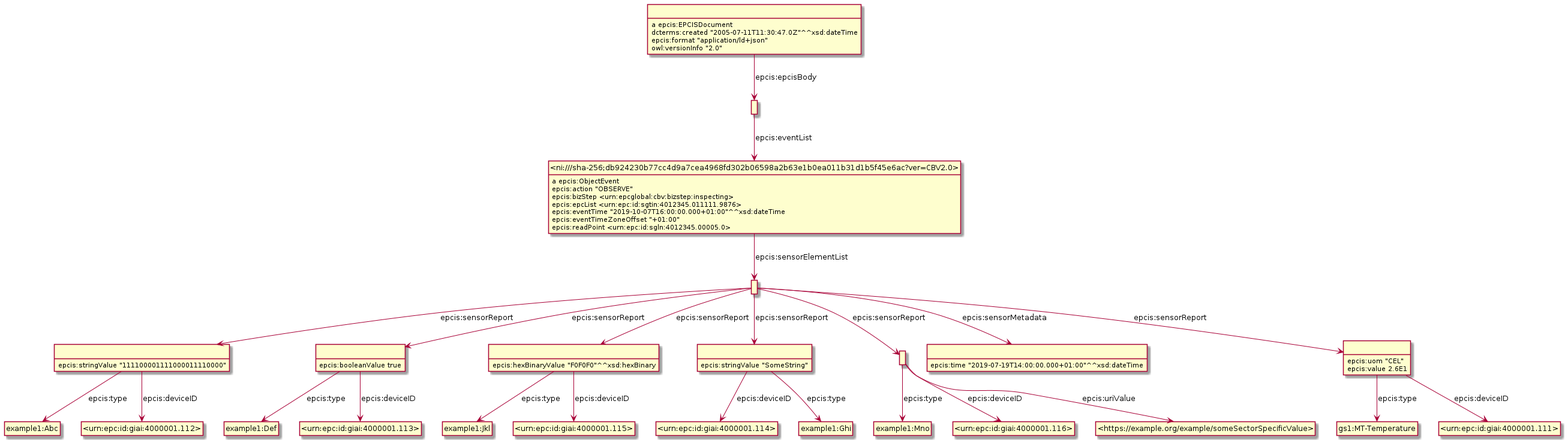
gs1/EPCIS keeps this PlantUML diagram as Diagrams/WithSensorData/SensorDataExample7.png. Above is the earlier version. Its diagram source:
```plantuml
@startuml
hide empty methods
hide empty attributes
hide circle
skinparam classAttributeIconSize 0
class _ni_sha_256_db924230b77cc4d9a7cea4968fd302b06598a2b63e1b0ea011b31d1b5f45e6ac_ver_CBV2_0_ as "<ni:///sha-256;db924230b77cc4d9a7cea4968fd302b06598a2b63e1b0ea011b31d1b5f45e6ac?ver=CBV2.0>"
_ni_sha_256_db924230b77cc4d9a7cea4968fd302b06598a2b63e1b0ea011b31d1b5f45e6ac_ver_CBV2_0_ : a epcis:ObjectEvent
class _r1623307964r0_ as " "
_ni_sha_256_db924230b77cc4d9a7cea4968fd302b06598a2b63e1b0ea011b31d1b5f45e6ac_ver_CBV2_0_ -down-> _r1623307964r0_ : epcis:sensorElementList
_ni_sha_256_db924230b77cc4d9a7cea4968fd302b06598a2b63e1b0ea011b31d1b5f45e6ac_ver_CBV2_0_ : epcis:action "OBSERVE"
_ni_sha_256_db924230b77cc4d9a7cea4968fd302b06598a2b63e1b0ea011b31d1b5f45e6ac_ver_CBV2_0_ : epcis:bizStep <urn:epcglobal:cbv:bizstep:inspecting>
_ni_sha_256_db924230b77cc4d9a7cea4968fd302b06598a2b63e1b0ea011b31d1b5f45e6ac_ver_CBV2_0_ : epcis:epcList <urn:epc:id:sgtin:4012345.011111.9876>
_ni_sha_256_db924230b77cc4d9a7cea4968fd302b06598a2b63e1b0ea011b31d1b5f45e6ac_ver_CBV2_0_ : epcis:eventTime "2019-10-07T16:00:00.000+01:00"^^xsd:dateTime
_ni_sha_256_db924230b77cc4d9a7cea4968fd302b06598a2b63e1b0ea011b31d1b5f45e6ac_ver_CBV2_0_ : epcis:eventTimeZoneOffset "+01:00"
_ni_sha_256_db924230b77cc4d9a7cea4968fd302b06598a2b63e1b0ea011b31d1b5f45e6ac_ver_CBV2_0_ : epcis:readPoint <urn:epc:id:sgln:4012345.00005.0>
class _r1623307964r6_ as " "
class example1_Abc as "example1:Abc"
_r1623307964r6_ -down-> example1_Abc : epcis:type
class _urn_epc_id_giai_4000001_112_ as "<urn:epc:id:giai:4000001.112>"
_r1623307964r6_ -down-> _urn_epc_id_giai_4000001_112_ : epcis:deviceID
_r1623307964r6_ : epcis:stringValue "111100001111000011110000"
class _r1623307964r5_ as " "
class example1_Def as "example1:Def"
_r1623307964r5_ -down-> example1_Def : epcis:type
class _urn_epc_id_giai_4000001_113_ as "<urn:epc:id:giai:4000001.113>"
_r1623307964r5_ -down-> _urn_epc_id_giai_4000001_113_ : epcis:deviceID
_r1623307964r5_ : epcis:booleanValue true
class _r1623307964r3_ as " "
class example1_Jkl as "example1:Jkl"
_r1623307964r3_ -down-> example1_Jkl : epcis:type
class _urn_epc_id_giai_4000001_115_ as "<urn:epc:id:giai:4000001.115>"
_r1623307964r3_ -down-> _urn_epc_id_giai_4000001_115_ : epcis:deviceID
_r1623307964r3_ : epcis:hexBinaryValue "F0F0F0"^^xsd:hexBinary
class _r1623307964r4_ as " "
class _urn_epc_id_giai_4000001_114_ as "<urn:epc:id:giai:4000001.114>"
_r1623307964r4_ -down-> _urn_epc_id_giai_4000001_114_ : epcis:deviceID
class example1_Ghi as "example1:Ghi"
_r1623307964r4_ -down-> example1_Ghi : epcis:type
_r1623307964r4_ : epcis:stringValue "SomeString"
class _r1623307964r2_ as " "
class example1_Mno as "example1:Mno"
_r1623307964r2_ -down-> example1_Mno : epcis:type
class _urn_epc_id_giai_4000001_116_ as "<urn:epc:id:giai:4000001.116>"
_r1623307964r2_ -down-> _urn_epc_id_giai_4000001_116_ : epcis:deviceID
class _https_example_org_example_someSectorSpecificValue_ as "<https://example.org/example/someSectorSpecificValue>"
_r1623307964r2_ -down-> _https_example_org_example_someSectorSpecificValue_ : epcis:uriValue
_r1623307964r0_ -down-> _r1623307964r4_ : epcis:sensorReport
_r1623307964r0_ -down-> _r1623307964r2_ : epcis:sensorReport
class _r1623307964r1_ as " "
_r1623307964r0_ -down-> _r1623307964r1_ : epcis:sensorMetadata
_r1623307964r0_ -down-> _r1623307964r3_ : epcis:sensorReport
_r1623307964r0_ -down-> _r1623307964r5_ : epcis:sensorReport
_r1623307964r0_ -down-> _r1623307964r6_ : epcis:sensorReport
class _r1623307964r7_ as " "
_r1623307964r0_ -down-> _r1623307964r7_ : epcis:sensorReport
_r1623307964r1_ : epcis:time "2019-07-19T14:00:00.000+01:00"^^xsd:dateTime
class _r1623307964r9_ as " "
_r1623307964r9_ -down-> _ni_sha_256_db924230b77cc4d9a7cea4968fd302b06598a2b63e1b0ea011b31d1b5f45e6ac_ver_CBV2_0_ : epcis:eventList
class gs1_MT_Temperature as "gs1:MT-Temperature"
_r1623307964r7_ -down-> gs1_MT_Temperature : epcis:type
class _urn_epc_id_giai_4000001_111_ as "<urn:epc:id:giai:4000001.111>"
_r1623307964r7_ -down-> _urn_epc_id_giai_4000001_111_ : epcis:deviceID
_r1623307964r7_ : epcis:uom "CEL"
_r1623307964r7_ : epcis:value 2.6E1
class _r1623307964r8_ as " "
_r1623307964r8_ : a epcis:EPCISDocument
_r1623307964r8_ -down-> _r1623307964r9_ : epcis:epcisBody
_r1623307964r8_ : dcterms:created "2005-07-11T11:30:47.0Z"^^xsd:dateTime
_r1623307964r8_ : epcis:format "application/ld+json"
_r1623307964r8_ : owl:versionInfo "2.0"
@enduml
```
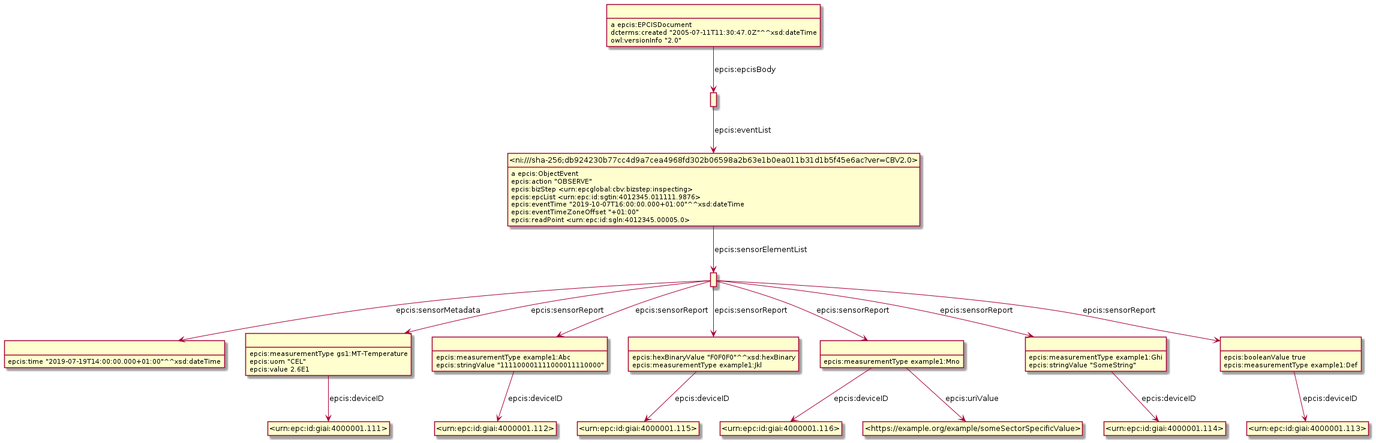
The same diagram one commit later.

Diff of the diagram source:
```diff
@@ -3,69 +3,62 @@
 hide empty attributes
 hide circle
 skinparam classAttributeIconSize 0
+class _r1623934116r1_ as " "
+_r1623934116r1_ : epcis:time "2019-07-19T14:00:00.000+01:00"^^xsd:dateTime
+class _r1623934116r7_ as " "
+class _urn_epc_id_giai_4000001_111_ as "<urn:epc:id:giai:4000001.111>"
+_r1623934116r7_ -down-> _urn_epc_id_giai_4000001_111_ : epcis:deviceID
+_r1623934116r7_ : epcis:measurementType gs1:MT-Temperature
+_r1623934116r7_ : epcis:uom "CEL"
+_r1623934116r7_ : epcis:value 2.6E1
+class _r1623934116r6_ as " "
+class _urn_epc_id_giai_4000001_112_ as "<urn:epc:id:giai:4000001.112>"
+_r1623934116r6_ -down-> _urn_epc_id_giai_4000001_112_ : epcis:deviceID
+_r1623934116r6_ : epcis:measurementType example1:Abc
+_r1623934116r6_ : epcis:stringValue "111100001111000011110000"
+class _r1623934116r3_ as " "
+class _urn_epc_id_giai_4000001_115_ as "<urn:epc:id:giai:4000001.115>"
+_r1623934116r3_ -down-> _urn_epc_id_giai_4000001_115_ : epcis:deviceID
+_r1623934116r3_ : epcis:hexBinaryValue "F0F0F0"^^xsd:hexBinary
+_r1623934116r3_ : epcis:measurementType example1:Jkl
+class _r1623934116r2_ as " "
+class _urn_epc_id_giai_4000001_116_ as "<urn:epc:id:giai:4000001.116>"
+_r1623934116r2_ -down-> _urn_epc_id_giai_4000001_116_ : epcis:deviceID
+class _https_example_org_example_someSectorSpecificValue_ as "<https://example.org/example/someSectorSpecificValue>"
+_r1623934116r2_ -down-> _https_example_org_example_someSectorSpecificValue_ : epcis:uriValue
+_r1623934116r2_ : epcis:measurementType example1:Mno
+class _r1623934116r0_ as " "
+_r1623934116r0_ -down-> _r1623934116r3_ : epcis:sensorReport
+_r1623934116r0_ -down-> _r1623934116r1_ : epcis:sensorMetadata
+_r1623934116r0_ -down-> _r1623934116r6_ : epcis:sensorReport
+_r1623934116r0_ -down-> _r1623934116r7_ : epcis:sensorReport
+_r1623934116r0_ -down-> _r1623934116r2_ : epcis:sensorReport
+class _r1623934116r4_ as " "
+_r1623934116r0_ -down-> _r1623934116r4_ : epcis:sensorReport
+class _r1623934116r5_ as " "
+_r1623934116r0_ -down-> _r1623934116r5_ : epcis:sensorReport
+class _urn_epc_id_giai_4000001_113_ as "<urn:epc:id:giai:4000001.113>"
+_r1623934116r5_ -down-> _urn_epc_id_giai_4000001_113_ : epcis:deviceID
+_r1623934116r5_ : epcis:booleanValue true
+_r1623934116r5_ : epcis:measurementType example1:Def
+class _r1623934116r9_ as " "
 class _ni_sha_256_db924230b77cc4d9a7cea4968fd302b06598a2b63e1b0ea011b31d1b5f45e6ac_ver_CBV2_0_ as "<ni:///sha-256;db924230b77cc4d9a7cea4968fd302b06598a2b63e1b0ea011b31d1b5f45e6ac?ver=CBV2.0>"
+_r1623934116r9_ -down-> _ni_sha_256_db924230b77cc4d9a7cea4968fd302b06598a2b63e1b0ea011b31d1b5f45e6ac_ver_CBV2_0_ : epcis:eventList
 _ni_sha_256_db924230b77cc4d9a7cea4968fd302b06598a2b63e1b0ea011b31d1b5f45e6ac_ver_CBV2_0_ : a epcis:ObjectEvent
-class _r1623307964r0_ as " "
-_ni_sha_256_db924230b77cc4d9a7cea4968fd302b06598a2b63e1b0ea011b31d1b5f45e6ac_ver_CBV2_0_ -down-> _r1623307964r0_ : epcis:sensorElementList
+_ni_sha_256_db924230b77cc4d9a7cea4968fd302b06598a2b63e1b0ea011b31d1b5f45e6ac_ver_CBV2_0_ -down-> _r1623934116r0_ : epcis:sensorElementList
 _ni_sha_256_db924230b77cc4d9a7cea4968fd302b06598a2b63e1b0ea011b31d1b5f45e6ac_ver_CBV2_0_ : epcis:action "OBSERVE"
 _ni_sha_256_db924230b77cc4d9a7cea4968fd302b06598a2b63e1b0ea011b31d1b5f45e6ac_ver_CBV2_0_ : epcis:bizStep <urn:epcglobal:cbv:bizstep:inspecting>
 _ni_sha_256_db924230b77cc4d9a7cea4968fd302b06598a2b63e1b0ea011b31d1b5f45e6ac_ver_CBV2_0_ : epcis:epcList <urn:epc:id:sgtin:4012345.011111.9876>
 _ni_sha_256_db924230b77cc4d9a7cea4968fd302b06598a2b63e1b0ea011b31d1b5f45e6ac_ver_CBV2_0_ : epcis:eventTime "2019-10-07T16:00:00.000+01:00"^^xsd:dateTime
 _ni_sha_256_db924230b77cc4d9a7cea4968fd302b06598a2b63e1b0ea011b31d1b5f45e6ac_ver_CBV2_0_ : epcis:eventTimeZoneOffset "+01:00"
 _ni_sha_256_db924230b77cc4d9a7cea4968fd302b06598a2b63e1b0ea011b31d1b5f45e6ac_ver_CBV2_0_ : epcis:readPoint <urn:epc:id:sgln:4012345.00005.0>
-class _r1623307964r6_ as " "
-class example1_Abc as "example1:Abc"
-_r1623307964r6_ -down-> example1_Abc : epcis:type
-class _urn_epc_id_giai_4000001_112_ as "<urn:epc:id:giai:4000001.112>"
-_r1623307964r6_ -down-> _urn_epc_id_giai_4000001_112_ : epcis:deviceID
-_r1623307964r6_ : epcis:stringValue "111100001111000011110000"
-class _r1623307964r5_ as " "
-class example1_Def as "example1:Def"
-_r1623307964r5_ -down-> example1_Def : epcis:type
-class _urn_epc_id_giai_4000001_113_ as "<urn:epc:id:giai:4000001.113>"
-_r1623307964r5_ -down-> _urn_epc_id_giai_4000001_113_ : epcis:deviceID
-_r1623307964r5_ : epcis:booleanValue true
-class _r1623307964r3_ as " "
-class example1_Jkl as "example1:Jkl"
-_r1623307964r3_ -down-> example1_Jkl : epcis:type
-class _urn_epc_id_giai_4000001_115_ as "<urn:epc:id:giai:4000001.115>"
-_r1623307964r3_ -down-> _urn_epc_id_giai_4000001_115_ : epcis:deviceID
-_r1623307964r3_ : epcis:hexBinaryValue "F0F0F0"^^xsd:hexBinary
-class _r1623307964r4_ as " "
 class _urn_epc_id_giai_4000001_114_ as "<urn:epc:id:giai:4000001.114>"
-_r1623307964r4_ -down-> _urn_epc_id_giai_4000001_114_ : epcis:deviceID
-class example1_Ghi as "example1:Ghi"
-_r1623307964r4_ -down-> example1_Ghi : epcis:type
-_r1623307964r4_ : epcis:stringValue "SomeString"
-class _r1623307964r2_ as " "
-class example1_Mno as "example1:Mno"
-_r1623307964r2_ -down-> example1_Mno : epcis:type
-class _urn_epc_id_giai_4000001_116_ as "<urn:epc:id:giai:4000001.116>"
-_r1623307964r2_ -down-> _urn_epc_id_giai_4000001_116_ : epcis:deviceID
-class _https_example_org_example_someSectorSpecificValue_ as "<https://example.org/example/someSectorSpecificValue>"
-_r1623307964r2_ -down-> _https_example_org_example_someSectorSpecificValue_ : epcis:uriValue
-_r1623307964r0_ -down-> _r1623307964r4_ : epcis:sensorReport
-_r1623307964r0_ -down-> _r1623307964r2_ : epcis:sensorReport
-class _r1623307964r1_ as " "
-_r1623307964r0_ -down-> _r1623307964r1_ : epcis:sensorMetadata
-_r1623307964r0_ -down-> _r1623307964r3_ : epcis:sensorReport
-_r1623307964r0_ -down-> _r1623307964r5_ : epcis:sensorReport
-_r1623307964r0_ -down-> _r1623307964r6_ : epcis:sensorReport
-class _r1623307964r7_ as " "
-_r1623307964r0_ -down-> _r1623307964r7_ : epcis:sensorReport
-_r1623307964r1_ : epcis:time "2019-07-19T14:00:00.000+01:00"^^xsd:dateTime
-class _r1623307964r9_ as " "
-_r1623307964r9_ -down-> _ni_sha_256_db924230b77cc4d9a7cea4968fd302b06598a2b63e1b0ea011b31d1b5f45e6ac_ver_CBV2_0_ : epcis:eventList
-class gs1_MT_Temperature as "gs1:MT-Temperature"
-_r1623307964r7_ -down-> gs1_MT_Temperature : epcis:type
-class _urn_epc_id_giai_4000001_111_ as "<urn:epc:id:giai:4000001.111>"
-_r1623307964r7_ -down-> _urn_epc_id_giai_4000001_111_ : epcis:deviceID
-_r1623307964r7_ : epcis:uom "CEL"
-_r1623307964r7_ : epcis:value 2.6E1
-class _r1623307964r8_ as " "
-_r1623307964r8_ : a epcis:EPCISDocument
-_r1623307964r8_ -down-> _r1623307964r9_ : epcis:epcisBody
-_r1623307964r8_ : dcterms:created "2005-07-11T11:30:47.0Z"^^xsd:dateTime
-_r1623307964r8_ : epcis:format "application/ld+json"
-_r1623307964r8_ : owl:versionInfo "2.0"
+_r1623934116r4_ -down-> _urn_epc_id_giai_4000001_114_ : epcis:deviceID
+_r1623934116r4_ : epcis:measurementType example1:Ghi
+_r1623934116r4_ : epcis:stringValue "SomeString"
+class _r1623934116r8_ as " "
+_r1623934116r8_ : a epcis:EPCISDocument
+_r1623934116r8_ -down-> _r1623934116r9_ : epcis:epcisBody
+_r1623934116r8_ : dcterms:created "2005-07-11T11:30:47.0Z"^^xsd:dateTime
+_r1623934116r8_ : owl:versionInfo "2.0"
 @enduml
```
